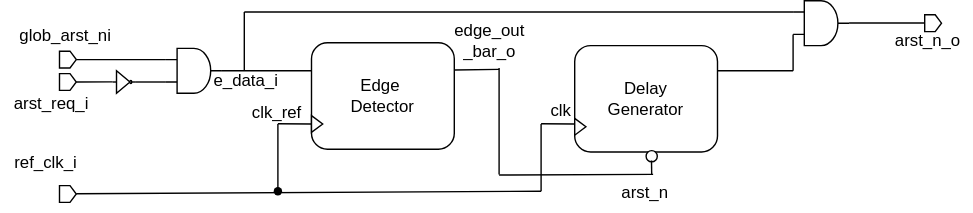
foez-ahmed-dsi/CRG_20240212 keeps this draw.io diagram as docs/arst_n_o.svg. Above is the earlier version. Source tidied: cells renumbered, new cells last; positions are measured from the earlier drawing's top-left corner, leaving out a move shared by most shapes.
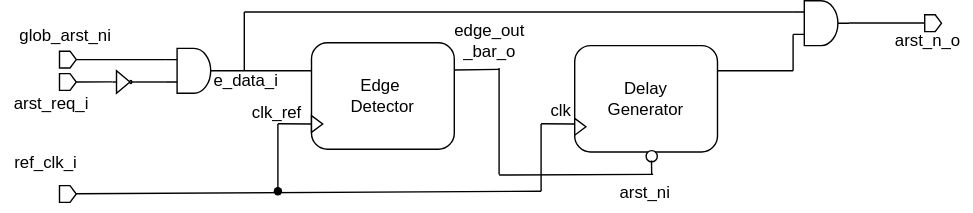
The same diagram one commit later.

What changed in the source:
```diff
@@ -119,7 +119,7 @@
     <mxCell id="28" value="edge_out&lt;br&gt;_bar_o" style="text;html=1;align=center;verticalAlign=middle;strokeColor=none;fillColor=none;" parent="1" vertex="1">
       <mxGeometry x="314" y="8" width="70" height="42" as="geometry" />
     </mxCell>
-    <mxCell id="29" value="arst_n" style="text;html=1;align=center;verticalAlign=middle;strokeColor=none;fillColor=none;" parent="1" vertex="1">
+    <mxCell id="29" value="arst_ni" style="text;html=1;align=center;verticalAlign=middle;strokeColor=none;fillColor=none;" parent="1" vertex="1">
       <mxGeometry x="434" y="123" width="52" height="28" as="geometry" />
     </mxCell>
     <mxCell id="30" value="clk" style="text;html=1;align=center;verticalAlign=middle;strokeColor=none;fillColor=none;" parent="1" vertex="1">
```
